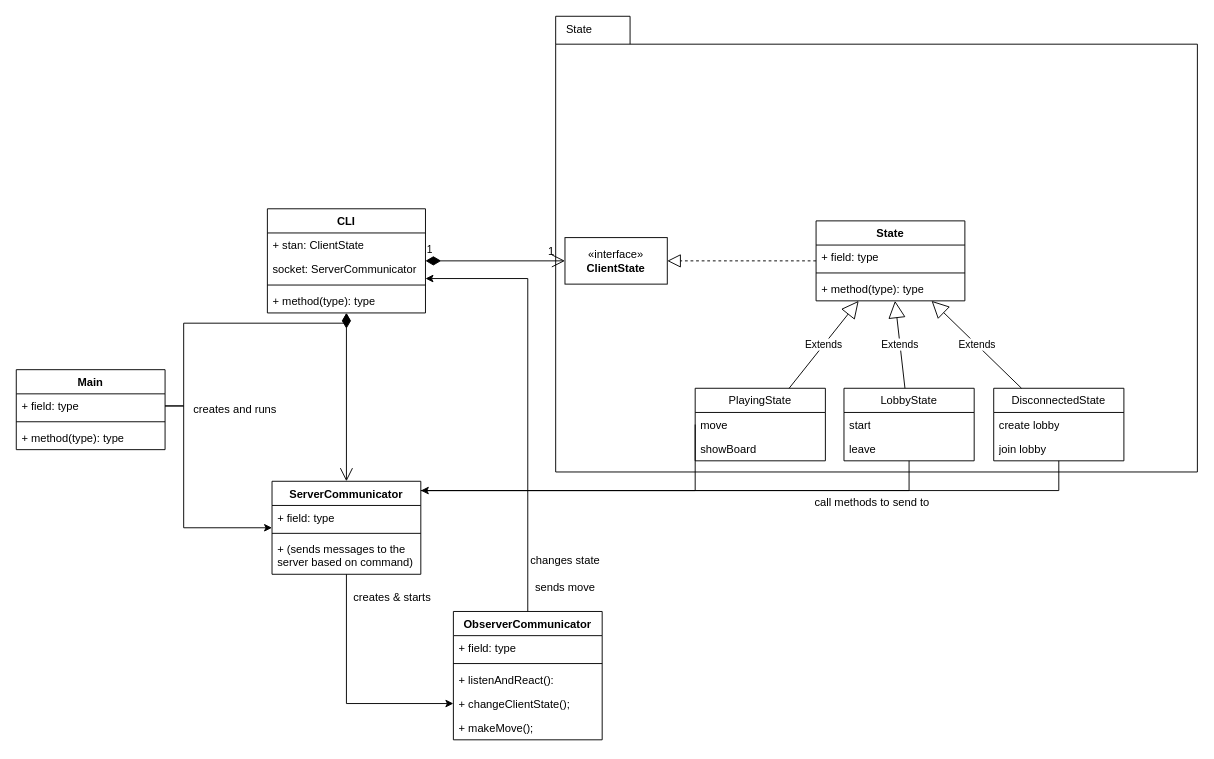
Earlier version of the draw.io diagram assets/Class.drawio (DawidDebkowski/Trylma). Source tidied: cells renumbered, new cells numbered last; positions are measured from the earlier drawing's top-left corner, leaving out a move shared by most shapes. Both pictures are drawn from the tidied source at 93%, with x=0, y=0 at pixel (16, 16).
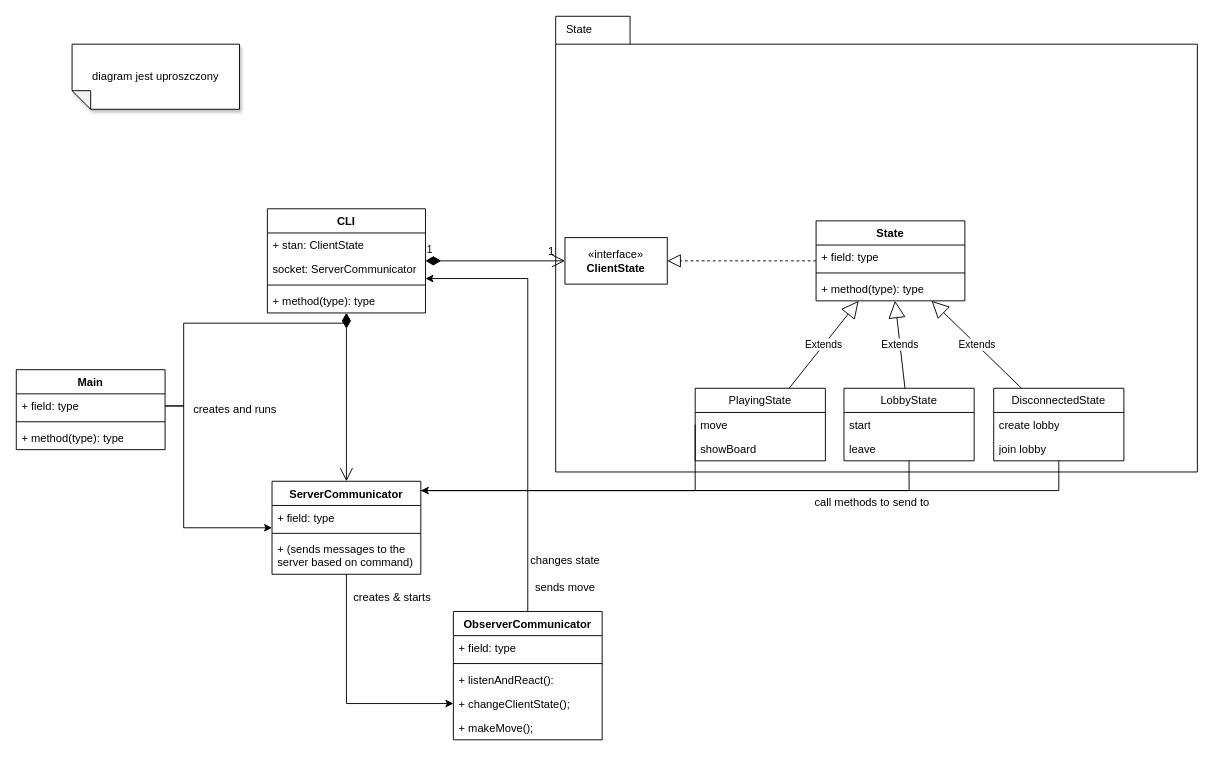
Above is the later version.

Commit message (it also covers changes not shown here):
Prosty model dziedziny klienta

Change to the diagram source:
```diff
@@
+    <mxCell id="56" value="diagram jest uproszczony" style="shape=note;whiteSpace=wrap;html=1;backgroundOutline=1;darkOpacity=0.05;fillStyle=solid;direction=west;gradientDirection=north;shadow=1;size=20;" parent="1" vertex="1">
+      <mxGeometry x="60" y="30" width="180" height="70" as="geometry" />
+    </mxCell>
```
